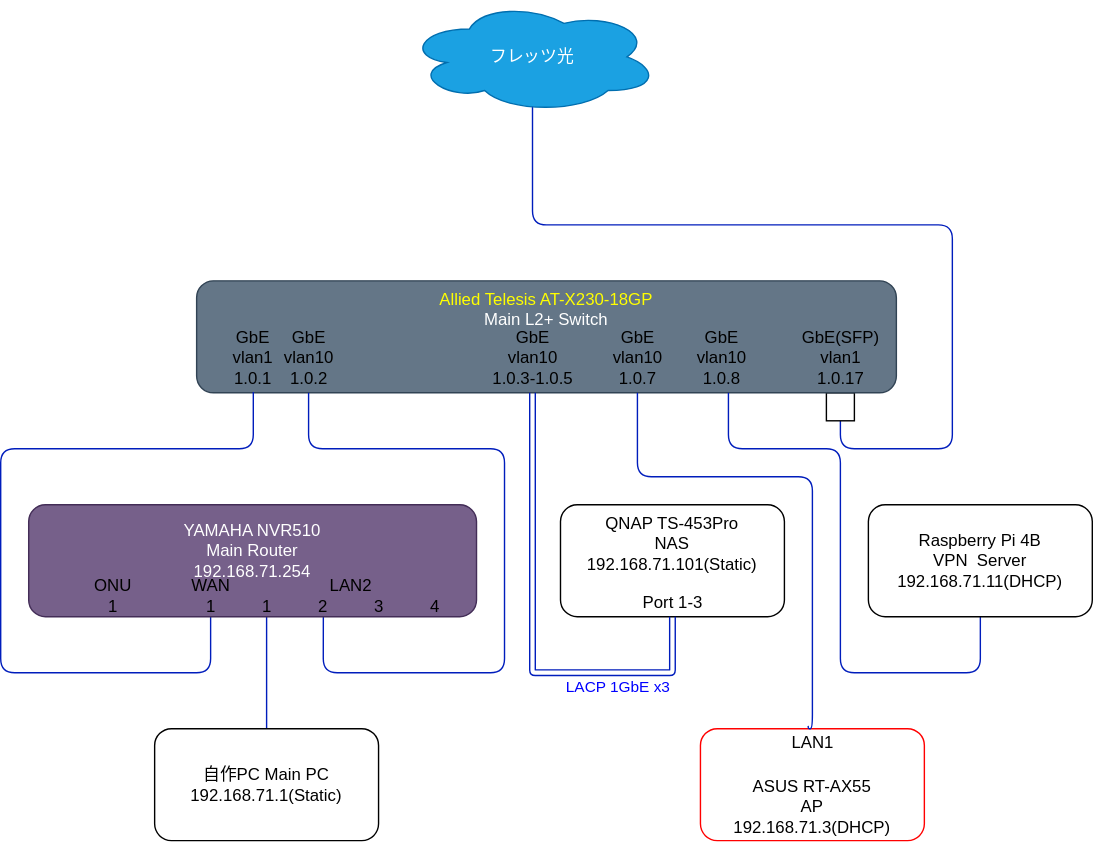
Above: Structure chart/struct.drawio.svg in taka74-1771/1771net_home (draw.io), before the change. Source tidied: cells renumbered, new cells last; positions are measured from the earlier drawing's top-left corner, leaving out a move shared by most shapes.
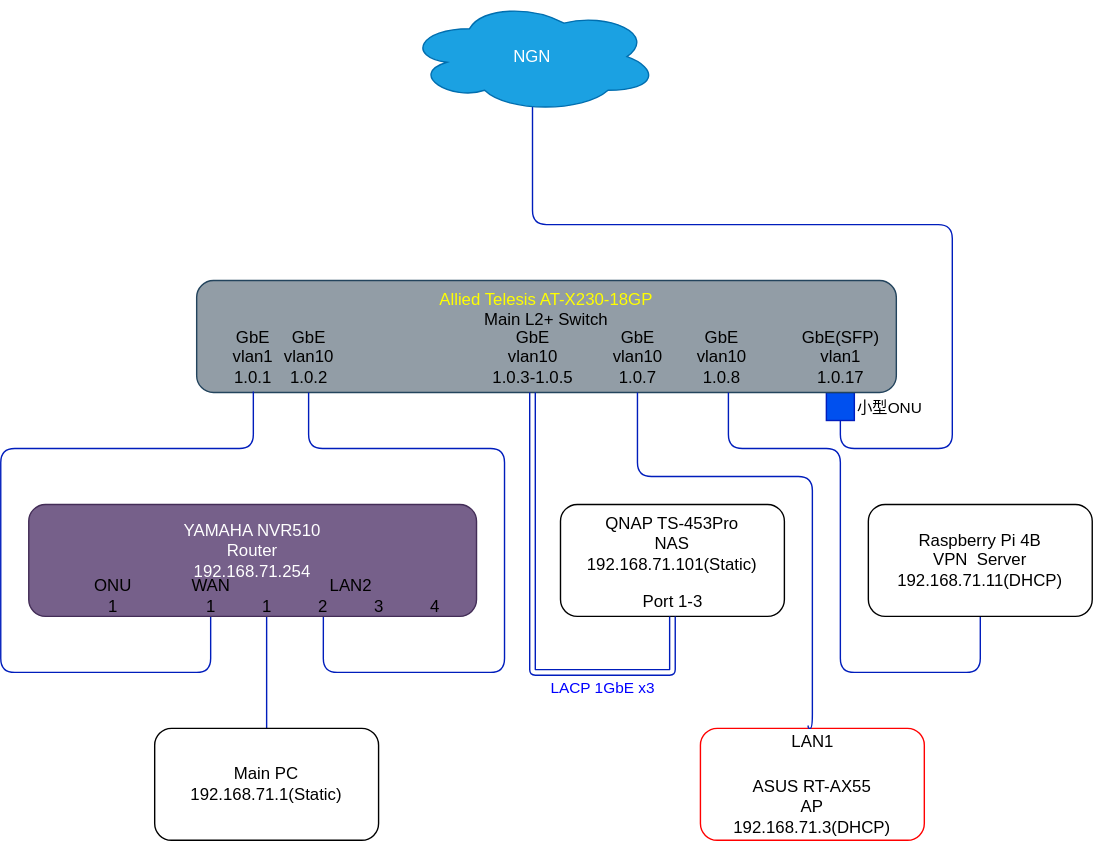
After the change.

Commit message:
用紙サイズ、画像位置調整。小型ONU追記。

Change to the diagram source:
```diff
@@ -13,10 +13,15 @@
         </Array>
       </mxGeometry>
     </mxCell>
+    <mxCell id="29" value="小型ONU" style="edgeLabel;html=1;align=center;verticalAlign=middle;fontColor=#000000;labelBackgroundColor=none;" parent="2" vertex="1">
+      <mxGeometry x="0.87" y="-3" relative="1" as="geometry">
+        <mxPoint x="13" y="-27" as="offset" />
+      </mxGeometry>
+    </mxCell>
-    <mxCell id="3" value="フレッツ光" style="ellipse;shape=cloud;whiteSpace=wrap;html=1;fillColor=#1ba1e2;fontColor=#ffffff;strokeColor=#006EAF;" parent="1" vertex="1">
+    <mxCell id="3" value="NGN" style="ellipse;shape=cloud;whiteSpace=wrap;html=1;fillColor=#1ba1e2;fontColor=#ffffff;strokeColor=#006EAF;" parent="1" vertex="1">
       <mxGeometry x="290" width="180" height="80" as="geometry" />
     </mxCell>
-    <mxCell id="4" style="rounded=0;whiteSpace=wrap;html=1;" parent="1" vertex="1">
+    <mxCell id="4" style="rounded=0;whiteSpace=wrap;html=1;fillColor=#0050ef;fontColor=#ffffff;strokeColor=#001DBC;" parent="1" vertex="1">
       <mxGeometry x="590" y="280" width="20" height="20" as="geometry" />
     </mxCell>
     <mxCell id="5" value="QNAP TS-453Pro&lt;br&gt;NAS&lt;br&gt;192.168.71.101(Static)" style="rounded=1;whiteSpace=wrap;html=1;verticalAlign=top;" parent="1" vertex="1">
@@ -29,13 +34,13 @@
         </Array>
       </mxGeometry>
     </mxCell>
-    <mxCell id="7" value="自作PC Main PC&lt;br&gt;192.168.71.1(Static)" style="rounded=1;whiteSpace=wrap;html=1;verticalAlign=middle;" parent="1" vertex="1">
+    <mxCell id="7" value="Main PC&lt;br&gt;192.168.71.1(Static)" style="rounded=1;whiteSpace=wrap;html=1;verticalAlign=middle;" parent="1" vertex="1">
       <mxGeometry x="110" y="520" width="160" height="80" as="geometry" />
     </mxCell>
     <mxCell id="8" value="ASUS RT-AX55&lt;br&gt;AP&lt;br&gt;192.168.71.3(DHCP)" style="rounded=1;whiteSpace=wrap;html=1;verticalAlign=bottom;strokeColor=#FF0000;" parent="1" vertex="1">
       <mxGeometry x="500" y="520" width="160" height="80" as="geometry" />
     </mxCell>
-    <mxCell id="9" value="&lt;font color=&quot;#ffff00&quot;&gt;Allied Telesis AT-X230-18GP&lt;br&gt;&lt;/font&gt;Main L2+ Switch" style="rounded=1;whiteSpace=wrap;html=1;verticalAlign=top;fillColor=#647687;strokeColor=#314354;fontColor=#ffffff;" parent="1" vertex="1">
+    <mxCell id="9" value="&lt;font color=&quot;#ffff00&quot;&gt;Allied Telesis AT-X230-18GP&lt;br&gt;&lt;/font&gt;Main L2+ Switch" style="rounded=1;whiteSpace=wrap;html=1;verticalAlign=top;fillColor=#929DA6;strokeColor=#23445d;" parent="1" vertex="1">
       <mxGeometry x="140" y="200" width="500" height="80" as="geometry" />
     </mxCell>
     <mxCell id="10" value="GbE(SFP)&lt;br&gt;vlan1&lt;br&gt;1.0.17" style="text;html=1;align=center;verticalAlign=middle;strokeColor=none;fillColor=none;" parent="1" vertex="1">
@@ -77,7 +82,7 @@
     </mxCell>
     <mxCell id="16" value="LACP 1GbE x3" style="edgeLabel;html=1;align=center;verticalAlign=middle;fontColor=#0000FF;labelBackgroundColor=#FFFFFF;" parent="15" vertex="1">
       <mxGeometry x="0.76" y="-2" relative="1" as="geometry">
-        <mxPoint x="-38" y="8" as="offset" />
+        <mxPoint x="-49" y="8" as="offset" />
       </mxGeometry>
     </mxCell>
     <mxCell id="17" value="GbE&lt;br&gt;vlan10&lt;br&gt;1.0.3-1.0.5" style="text;html=1;align=center;verticalAlign=middle;points=[];strokeColor=none;fillColor=none;" parent="1" vertex="1">
@@ -119,7 +124,7 @@
     <mxCell id="24" value="Raspberry Pi 4B&lt;br&gt;VPN&amp;nbsp; Server&lt;br&gt;192.168.71.11(DHCP)" style="rounded=1;whiteSpace=wrap;html=1;verticalAlign=middle;" parent="1" vertex="1">
       <mxGeometry x="620" y="360" width="160" height="80" as="geometry" />
     </mxCell>
-    <mxCell id="25" value="YAMAHA NVR510&lt;br&gt;Main Router&lt;br&gt;&amp;nbsp;192.168.71.254&amp;nbsp;&lt;br&gt;&lt;br&gt;&amp;nbsp;" style="rounded=1;whiteSpace=wrap;html=1;fillColor=#76608a;fontColor=#ffffff;strokeColor=#432D57;" parent="1" vertex="1">
+    <mxCell id="25" value="YAMAHA NVR510&lt;br&gt;Router&lt;br&gt;&amp;nbsp;192.168.71.254&amp;nbsp;&lt;br&gt;&lt;br&gt;&amp;nbsp;" style="rounded=1;whiteSpace=wrap;html=1;fillColor=#76608a;fontColor=#ffffff;strokeColor=#432D57;" parent="1" vertex="1">
       <mxGeometry x="20" y="360" width="320" height="80" as="geometry" />
     </mxCell>
     <mxCell id="26" value="ONU&lt;br&gt;1" style="text;html=1;align=center;verticalAlign=middle;strokeColor=none;fillColor=none;" parent="1" vertex="1">
```
